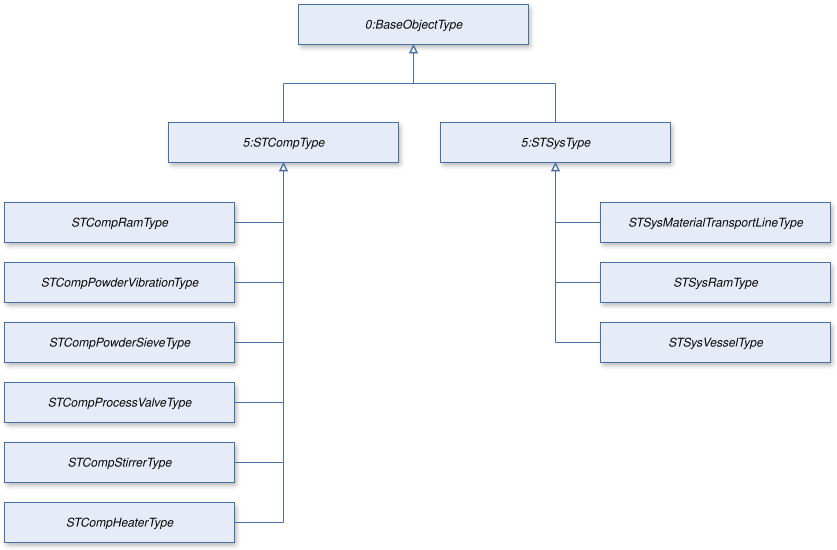
gergap/opcdiaggen keeps this PlantUML diagram as opcua.png. Above is the earlier version. Its source is kept beside it as opcua.puml.
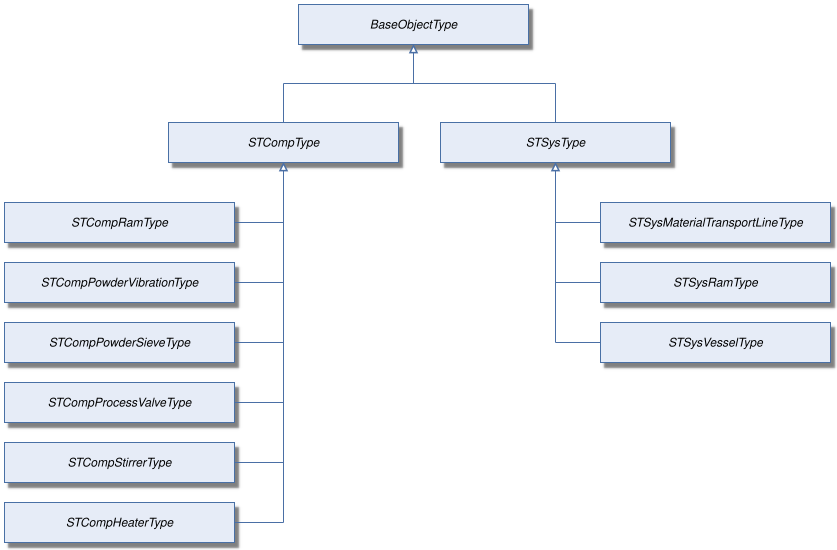
Above is the later version.

Change to the diagram source:
```diff
@@ -1,4 +1,4 @@
-@startwbs
+@starttypesystem
 skinparam backgroundColor transparent
 skinparam ArrowColor #4a6fa5
 skinparam node {
@@ -8,16 +8,16 @@
   FontName Helvetica
 }
 
-* 0:BaseObjectType
-** 5:STCompType
-*** STCompRamType
-*** STCompPowderVibrationType
-*** STCompPowderSieveType
-*** STCompProcessValveType
-*** STCompStirrerType
-*** STCompHeaterType
-** 5:STSysType
-*** STSysMaterialTransportLineType
-*** STSysRamType
-*** STSysVesselType
-@endwbs
+* "BaseObjectType"
+** "STCompType"
+*** "STCompRamType"
+*** "STCompPowderVibrationType"
+*** "STCompPowderSieveType"
+*** "STCompProcessValveType"
+*** "STCompStirrerType"
+*** "STCompHeaterType"
+** "STSysType"
+*** "STSysMaterialTransportLineType"
+*** "STSysRamType"
+*** "STSysVesselType"
+@endtypesystem
```
